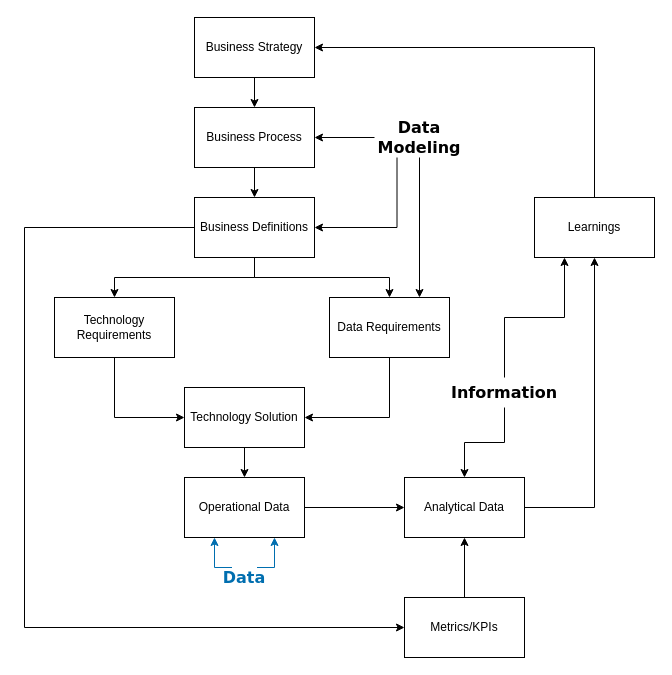
This is data_feedback.drawio from GeoDan87/CIT225, a draw.io file, before an edit. Source tidied: cells renumbered, new cells numbered last; positions are measured from the earlier drawing's top-left corner, leaving out a move shared by most shapes. Both pictures are drawn from the tidied source at 100%, with x=0, y=0 at pixel (24, 17).
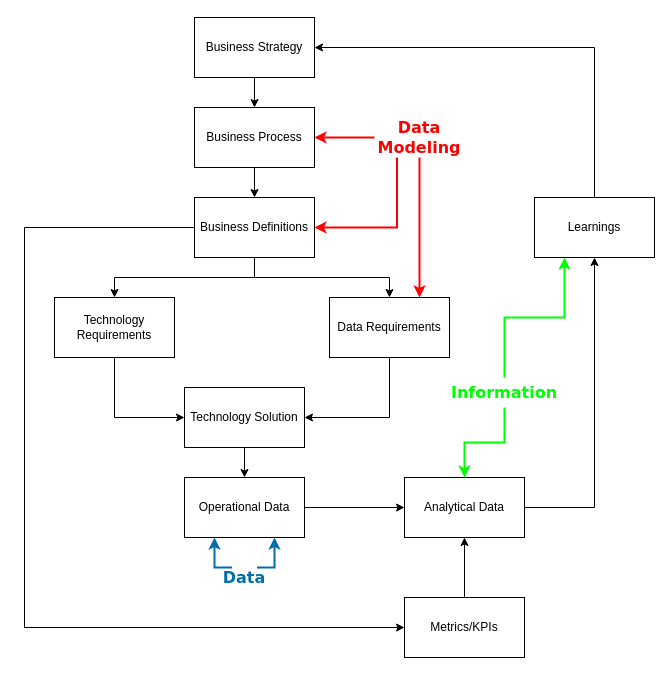
The same diagram, later.

Unchanged cells that the change refers to:
```xml
<mxCell id="3" value="Operational Data" style="rounded=0;whiteSpace=wrap;html=1;" parent="1" vertex="1">
  <mxGeometry x="160" y="460" width="120" height="60" as="geometry" />
</mxCell>
<mxCell id="5" value="Analytical Data" style="rounded=0;whiteSpace=wrap;html=1;" parent="1" vertex="1">
  <mxGeometry x="380" y="460" width="120" height="60" as="geometry" />
</mxCell>
<mxCell id="10" value="Business Process" style="rounded=0;whiteSpace=wrap;html=1;" parent="1" vertex="1">
  <mxGeometry x="170" y="90" width="120" height="60" as="geometry" />
</mxCell>
<mxCell id="15" value="Business Definitions" style="rounded=0;whiteSpace=wrap;html=1;" parent="1" vertex="1">
  <mxGeometry x="170" y="180" width="120" height="60" as="geometry" />
</mxCell>
<mxCell id="19" value="Data Requirements" style="rounded=0;whiteSpace=wrap;html=1;" parent="1" vertex="1">
  <mxGeometry x="305" y="280" width="120" height="60" as="geometry" />
</mxCell>
<mxCell id="25" value="Learnings" style="rounded=0;whiteSpace=wrap;html=1;" parent="1" vertex="1">
  <mxGeometry x="510" y="180" width="120" height="60" as="geometry" />
</mxCell>
<mxCell id="30" value="&lt;font face=&quot;Verdana&quot; style=&quot;font-size: 16px; color: light-dark(rgb(0, 110, 175), rgb(0, 0, 255));&quot;&gt;&lt;b&gt;Data&lt;/b&gt;&lt;/font&gt;" style="text;html=1;align=center;verticalAlign=middle;whiteSpace=wrap;rounded=0;fontColor=light-dark(#000000,#FF0000);" parent="1" vertex="1">
  <mxGeometry x="195" y="550" width="50" height="20" as="geometry" />
</mxCell>
```

Change to the diagram source:
```diff
@@
-    <mxCell id="9" style="edgeStyle=orthogonalEdgeStyle;rounded=0;jettySize=auto;html=1;exitX=1;exitY=0.5;exitDx=0;exitDy=0;entryX=0;entryY=0.5;entryDx=0;entryDy=0;strokeColor=light-dark(#000000,#FF0000);startArrow=classic;startFill=1;endArrow=none;" parent="1" edge="1" source="10" target="27">
+    <mxCell id="9" style="edgeStyle=orthogonalEdgeStyle;rounded=0;jettySize=auto;html=1;exitX=1;exitY=0.5;exitDx=0;exitDy=0;entryX=0;entryY=0.5;entryDx=0;entryDy=0;strokeColor=light-dark(#FF0000,#FF0000);startArrow=classic;startFill=1;endArrow=none;fontColor=#FF0000;strokeWidth=2;" parent="1" edge="1" source="10" target="27">
       <mxGeometry relative="1" as="geometry" />
     </mxCell>
@@
-    <mxCell id="14" style="edgeStyle=orthogonalEdgeStyle;rounded=0;jettySize=auto;html=1;exitX=1;exitY=0.5;exitDx=0;exitDy=0;entryX=0.25;entryY=1;entryDx=0;entryDy=0;fillColor=#a20025;strokeColor=light-dark(#000000,#FF0000);startArrow=classic;startFill=1;endArrow=none;" parent="1" edge="1" source="15" target="27">
+    <mxCell id="14" style="edgeStyle=orthogonalEdgeStyle;rounded=0;jettySize=auto;html=1;exitX=1;exitY=0.5;exitDx=0;exitDy=0;entryX=0.25;entryY=1;entryDx=0;entryDy=0;fillColor=#a20025;strokeColor=light-dark(#FF0000,#FF0000);startArrow=classic;startFill=1;endArrow=none;fontColor=#FF0000;strokeWidth=2;" parent="1" edge="1" source="15" target="27">
       <mxGeometry relative="1" as="geometry" />
     </mxCell>
@@
-    <mxCell id="26" style="edgeStyle=orthogonalEdgeStyle;rounded=0;jettySize=auto;html=1;exitX=0.5;exitY=1;exitDx=0;exitDy=0;entryX=0.75;entryY=0;entryDx=0;entryDy=0;strokeColor=light-dark(#000000,#FF0000);" parent="1" edge="1" source="27" target="19">
+    <mxCell id="26" style="edgeStyle=orthogonalEdgeStyle;rounded=0;jettySize=auto;html=1;exitX=0.5;exitY=1;exitDx=0;exitDy=0;entryX=0.75;entryY=0;entryDx=0;entryDy=0;strokeColor=light-dark(#FF0000,#FF0000);fontColor=#FF0000;strokeWidth=2;" parent="1" edge="1" source="27" target="19">
       <mxGeometry relative="1" as="geometry" />
     </mxCell>
-    <mxCell id="27" value="&lt;b&gt;&lt;font style=&quot;font-size: 16px;&quot; face=&quot;Verdana&quot;&gt;Data Modeling&lt;/font&gt;&lt;/b&gt;" style="text;html=1;align=center;verticalAlign=middle;whiteSpace=wrap;rounded=0;fontColor=light-dark(#000000,#FF0000);" parent="1" vertex="1">
+    <mxCell id="27" value="&lt;b style=&quot;color: light-dark(rgb(255, 0, 0), rgb(255, 0, 0));&quot;&gt;&lt;font face=&quot;Verdana&quot; style=&quot;font-size: 16px;&quot;&gt;Data Modeling&lt;/font&gt;&lt;/b&gt;" style="text;html=1;align=center;verticalAlign=middle;whiteSpace=wrap;rounded=0;fontColor=light-dark(#000000,#FF0000);" parent="1" vertex="1">
       <mxGeometry x="350" y="100" width="90" height="40" as="geometry" />
     </mxCell>
-    <mxCell id="28" style="edgeStyle=orthogonalEdgeStyle;rounded=0;jettySize=auto;html=1;exitX=0.25;exitY=0;exitDx=0;exitDy=0;entryX=0.25;entryY=1;entryDx=0;entryDy=0;fillColor=#1ba1e2;strokeColor=light-dark(#006EAF,#0000FF);" parent="1" edge="1" source="30" target="3">
+    <mxCell id="28" style="edgeStyle=orthogonalEdgeStyle;rounded=0;jettySize=auto;html=1;exitX=0.25;exitY=0;exitDx=0;exitDy=0;entryX=0.25;entryY=1;entryDx=0;entryDy=0;fillColor=#1ba1e2;strokeColor=light-dark(#006EAF,#0000FF);strokeWidth=2;" parent="1" edge="1" source="30" target="3">
       <mxGeometry relative="1" as="geometry" />
     </mxCell>
-    <mxCell id="29" style="edgeStyle=orthogonalEdgeStyle;rounded=0;jettySize=auto;html=1;exitX=0.75;exitY=0;exitDx=0;exitDy=0;entryX=0.75;entryY=1;entryDx=0;entryDy=0;fillColor=#1ba1e2;strokeColor=light-dark(#006EAF,#0000FF);" parent="1" edge="1" source="30" target="3">
+    <mxCell id="29" style="edgeStyle=orthogonalEdgeStyle;rounded=0;jettySize=auto;html=1;exitX=0.75;exitY=0;exitDx=0;exitDy=0;entryX=0.75;entryY=1;entryDx=0;entryDy=0;fillColor=#1ba1e2;strokeColor=light-dark(#006EAF,#0000FF);strokeWidth=2;" parent="1" edge="1" source="30" target="3">
       <mxGeometry relative="1" as="geometry" />
     </mxCell>
@@
-    <mxCell id="31" style="edgeStyle=orthogonalEdgeStyle;rounded=0;jettySize=auto;html=1;exitX=0.5;exitY=0;exitDx=0;exitDy=0;entryX=0.25;entryY=1;entryDx=0;entryDy=0;fillColor=#60a917;strokeColor=light-dark(#000000,#00FF00);" parent="1" edge="1" source="33" target="25">
+    <mxCell id="31" style="edgeStyle=orthogonalEdgeStyle;rounded=0;jettySize=auto;html=1;exitX=0.5;exitY=0;exitDx=0;exitDy=0;entryX=0.25;entryY=1;entryDx=0;entryDy=0;fillColor=#60a917;strokeColor=light-dark(#00FF00,#00FF00);strokeWidth=2;" parent="1" edge="1" source="33" target="25">
       <mxGeometry relative="1" as="geometry" />
     </mxCell>
-    <mxCell id="32" style="edgeStyle=orthogonalEdgeStyle;rounded=0;jettySize=auto;html=1;exitX=0.5;exitY=1;exitDx=0;exitDy=0;entryX=0.5;entryY=0;entryDx=0;entryDy=0;fillColor=#60a917;strokeColor=light-dark(#000000,#00FF00);" parent="1" edge="1" source="33" target="5">
+    <mxCell id="32" style="edgeStyle=orthogonalEdgeStyle;rounded=0;jettySize=auto;html=1;exitX=0.5;exitY=1;exitDx=0;exitDy=0;entryX=0.5;entryY=0;entryDx=0;entryDy=0;fillColor=#60a917;strokeColor=light-dark(#00FF00,#00FF00);strokeWidth=2;" parent="1" edge="1" source="33" target="5">
       <mxGeometry relative="1" as="geometry" />
     </mxCell>
-    <mxCell id="33" value="&lt;b&gt;&lt;font style=&quot;color: light-dark(rgb(0, 0, 0), rgb(0, 255, 0)); font-size: 16px;&quot; face=&quot;Verdana&quot;&gt;Information&lt;/font&gt;&lt;/b&gt;" style="text;html=1;align=center;verticalAlign=middle;whiteSpace=wrap;rounded=0;fontColor=light-dark(#000000,#FF0000);" parent="1" vertex="1">
+    <mxCell id="33" value="&lt;b style=&quot;&quot;&gt;&lt;font face=&quot;Verdana&quot; style=&quot;font-size: 16px;&quot;&gt;Information&lt;/font&gt;&lt;/b&gt;" style="text;html=1;align=center;verticalAlign=middle;whiteSpace=wrap;rounded=0;fontColor=light-dark(#00FF00,#00FF00);" parent="1" vertex="1">
       <mxGeometry x="450" y="360" width="60" height="30" as="geometry" />
     </mxCell>
```
